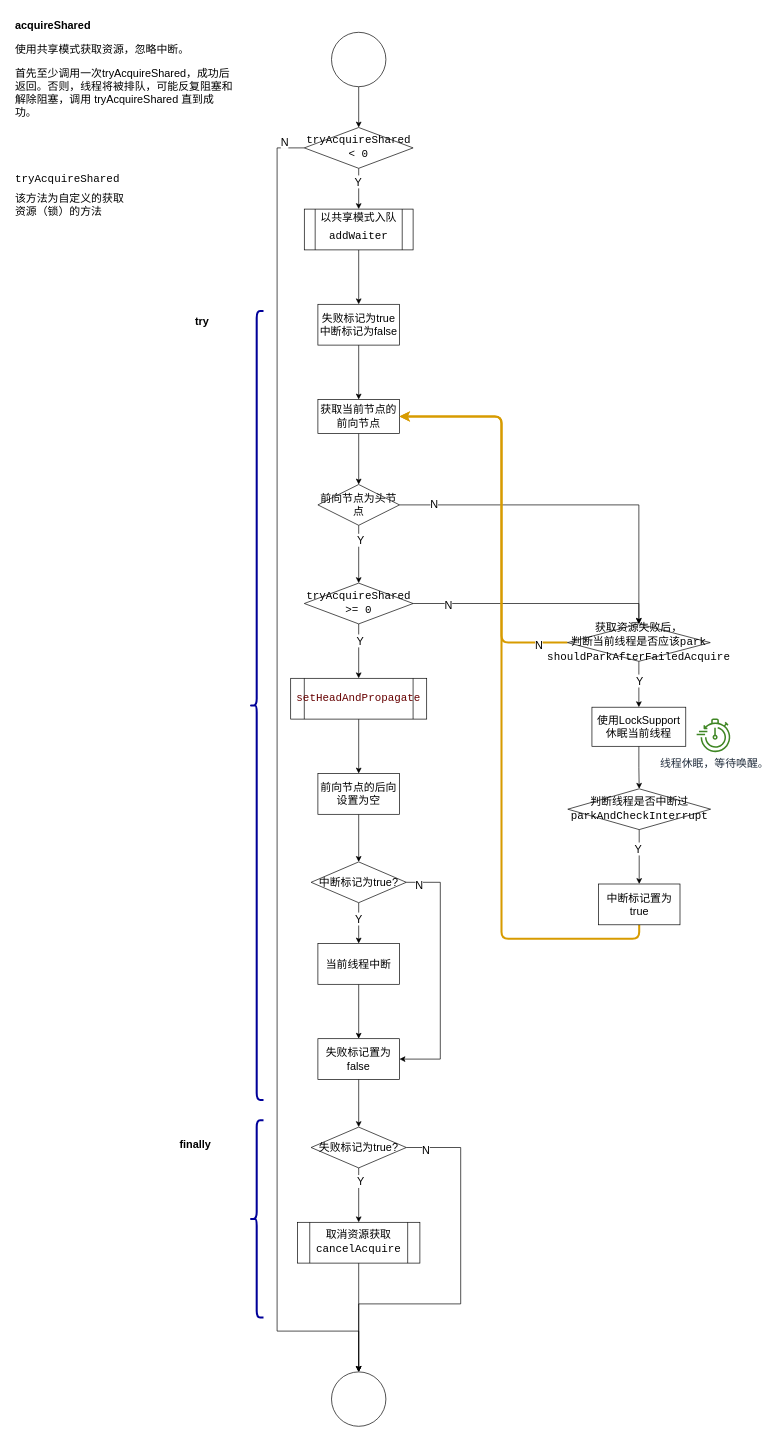
NikolaZhang/NikolaZhang.github.io keeps this draw.io diagram as page "acquireShared" (2 of 9) of src/drawio/aqs/aqs.drawio. Above is the earlier version. Source tidied: cells renumbered, new cells numbered last; positions are measured from the earlier drawing's top-left corner, leaving out a move shared by most shapes. Both pictures are drawn from the tidied source at 68%, with x=0, y=0 at pixel (12, 18).
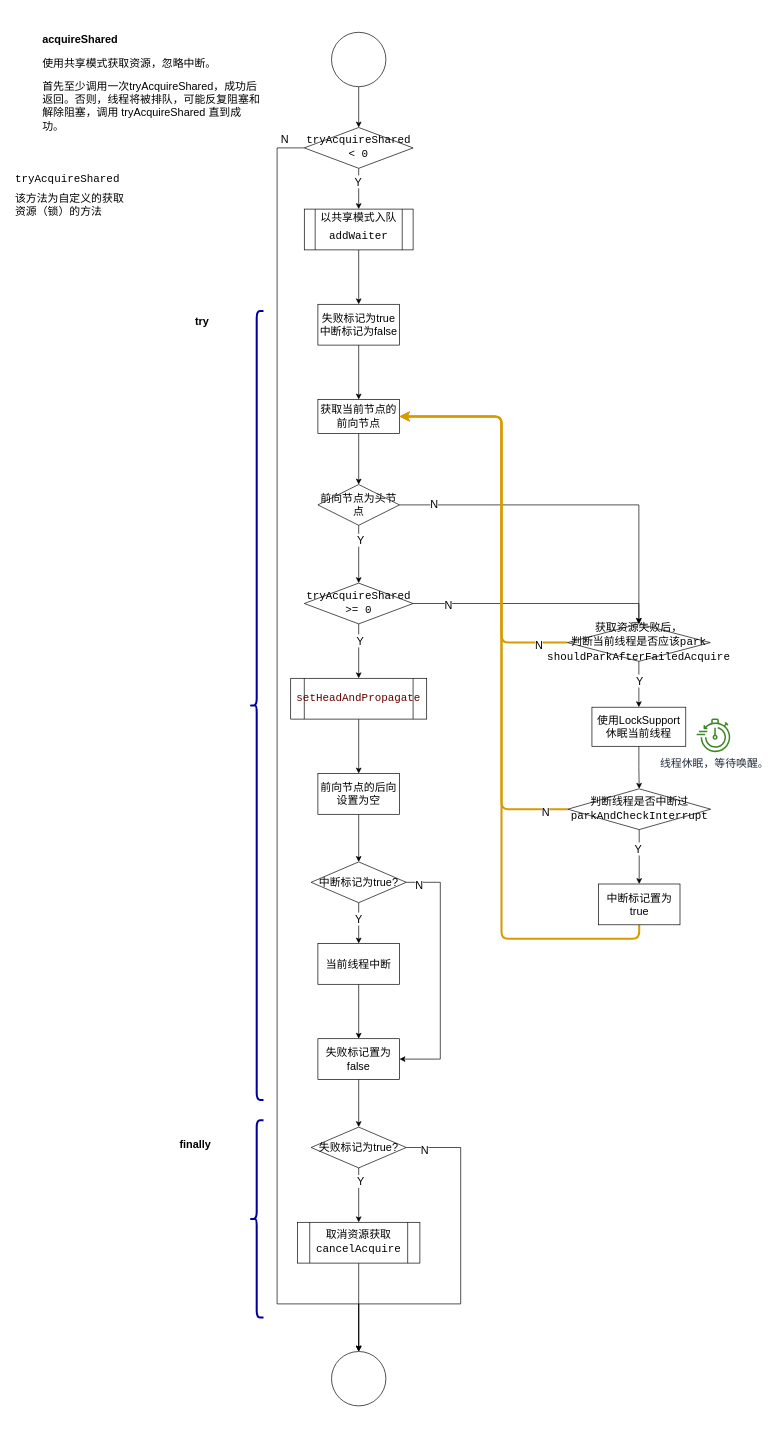
After the change.

Unchanged cells that the change refers to:
```xml
<mxCell id="8" value="&lt;div style=&quot;line-height: 20%; font-size: 16px;&quot;&gt;&lt;pre style=&quot;font-family: &amp;quot;Fira Code Medium&amp;quot;, monospace; font-size: 16px; line-height: 20%;&quot;&gt;tryAcquireShared&lt;/pre&gt;&lt;pre style=&quot;font-family: &amp;quot;Fira Code Medium&amp;quot;, monospace; font-size: 16px; line-height: 20%;&quot;&gt;&amp;lt; 0&lt;/pre&gt;&lt;/div&gt;" style="rhombus;whiteSpace=wrap;html=1;fontSize=16;" parent="1" vertex="1">
  <mxGeometry x="430" y="160" width="160" height="60" as="geometry" />
</mxCell>
<mxCell id="17" value="获取当前节点的前向节点" style="whiteSpace=wrap;html=1;fontSize=16;" parent="1" vertex="1">
  <mxGeometry x="450" y="560" width="120" height="50" as="geometry" />
</mxCell>
<mxCell id="49" value="&lt;div style=&quot;line-height: 20%; font-size: 16px;&quot;&gt;&lt;pre style=&quot;font-family: &amp;quot;Fira Code Medium&amp;quot;, monospace; font-size: 16px; line-height: 20%;&quot;&gt;判断线程是否中断过&lt;/pre&gt;&lt;pre style=&quot;font-family: &amp;quot;Fira Code Medium&amp;quot;, monospace; font-size: 16px; line-height: 20%;&quot;&gt;&lt;pre style=&quot;border-color: var(--border-color); text-align: left; font-family: &amp;quot;Fira Code Medium&amp;quot;, monospace; line-height: 3.2px; font-size: 16px;&quot;&gt;parkAndCheckInterrupt&lt;/pre&gt;&lt;/pre&gt;&lt;/div&gt;" style="shape=rhombus;whiteSpace=wrap;html=1;backgroundOutline=1;rounded=0;strokeColor=default;align=center;verticalAlign=middle;fontFamily=Helvetica;fontSize=16;fontColor=default;fillColor=default;perimeter=rhombusPerimeter;" parent="1" vertex="1">
  <mxGeometry x="817.5" y="1132.5" width="210" height="60" as="geometry" />
</mxCell>
```

Change to the diagram source:
```diff
@@
     <mxCell id="6" style="edgeStyle=orthogonalEdgeStyle;rounded=0;jettySize=auto;html=1;exitX=0;exitY=0.5;exitDx=0;exitDy=0;entryX=0.5;entryY=0;entryDx=0;entryDy=0;fontSize=16;" parent="1" edge="1" source="8" target="42">
       <mxGeometry relative="1" as="geometry">
         <Array as="points">
           <mxPoint x="390" y="190" />
-          <mxPoint x="390" y="1930" />
-          <mxPoint x="510" y="1930" />
+          <mxPoint x="390" y="1890" />
+          <mxPoint x="510" y="1890" />
         </Array>
       </mxGeometry>
     </mxCell>
@@
     <mxCell id="9" value="&lt;h1 style=&quot;font-size: 16px;&quot;&gt;acquireShared&lt;/h1&gt;&lt;p style=&quot;font-size: 16px;&quot;&gt;使用共享模式获取资源，忽略中断。&lt;/p&gt;&lt;p style=&quot;font-size: 16px;&quot;&gt;首先至少调用一次tryAcquireShared，成功后返回。否则，线程将被排队，可能反复阻塞和解除阻塞，调用 tryAcquireShared 直到成功。&lt;/p&gt;" style="text;html=1;spacing=5;spacingTop=-20;whiteSpace=wrap;overflow=hidden;rounded=0;fontSize=16;" parent="1" vertex="1">
-      <mxGeometry width="330" height="150" as="geometry" />
+      <mxGeometry x="40" y="20" width="330" height="150" as="geometry" />
     </mxCell>
@@
     <mxCell id="42" style="ellipse;whiteSpace=wrap;html=1;fontSize=16;" parent="1" vertex="1">
-      <mxGeometry x="470" y="1990" width="80" height="80" as="geometry" />
+      <mxGeometry x="470" y="1960" width="80" height="80" as="geometry" />
     </mxCell>
@@
+    <mxCell id="65" style="edgeStyle=orthogonalEdgeStyle;rounded=1;jettySize=auto;html=1;exitX=0;exitY=0.5;exitDx=0;exitDy=0;strokeColor=#D79B00;strokeWidth=3;entryX=1;entryY=0.5;entryDx=0;entryDy=0;" parent="1" edge="1" source="49" target="17">
+      <mxGeometry relative="1" as="geometry">
+        <Array as="points">
+          <mxPoint x="720" y="1163" />
+          <mxPoint x="720" y="585" />
+        </Array>
+      </mxGeometry>
+    </mxCell>
+    <mxCell id="66" value="N" style="edgeLabel;html=1;align=center;verticalAlign=middle;fontSize=16;" parent="65" vertex="1">
+      <mxGeometry x="-0.92" y="4" relative="1" as="geometry" />
+    </mxCell>
```
